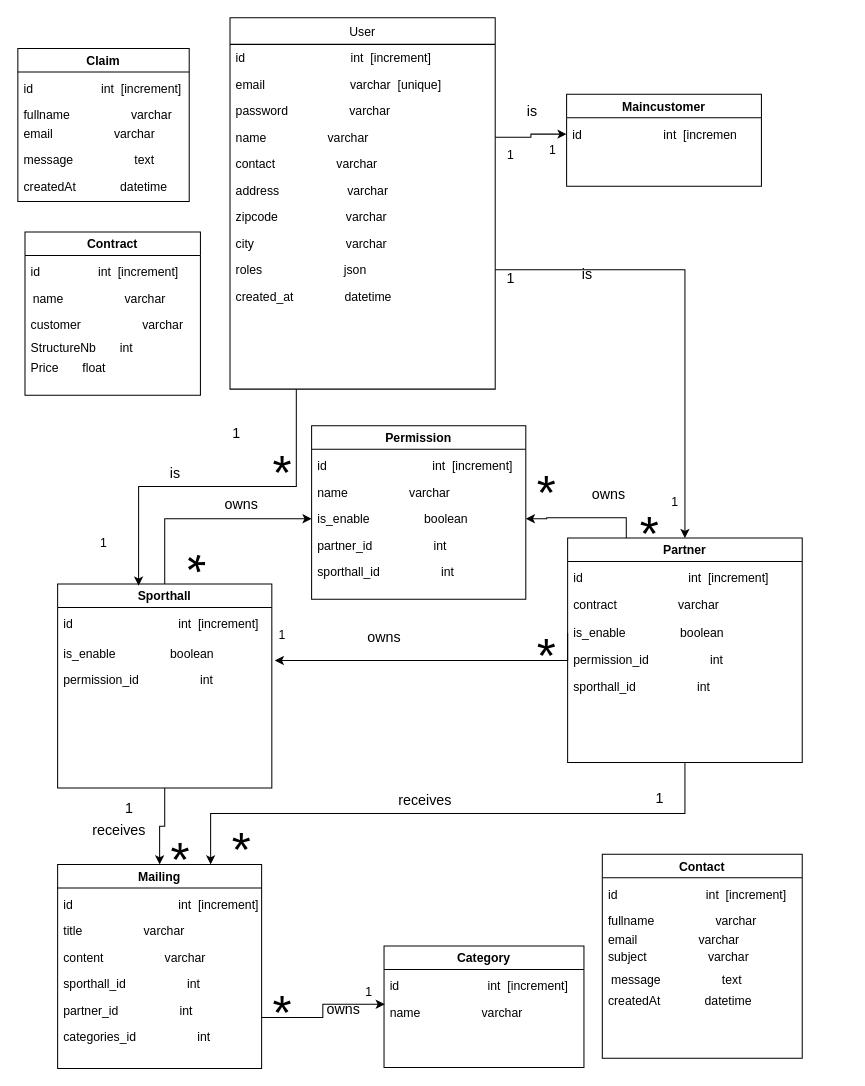
This is diagramme_uml/classes.drawio from cyrisa02/PlanetBody, a draw.io file, before an edit. Source tidied: cells renumbered, new cells numbered last; positions are measured from the earlier drawing's top-left corner, leaving out a move shared by most shapes. Both pictures are drawn from the tidied source at 102%, with x=0, y=0 at pixel (17, 17).
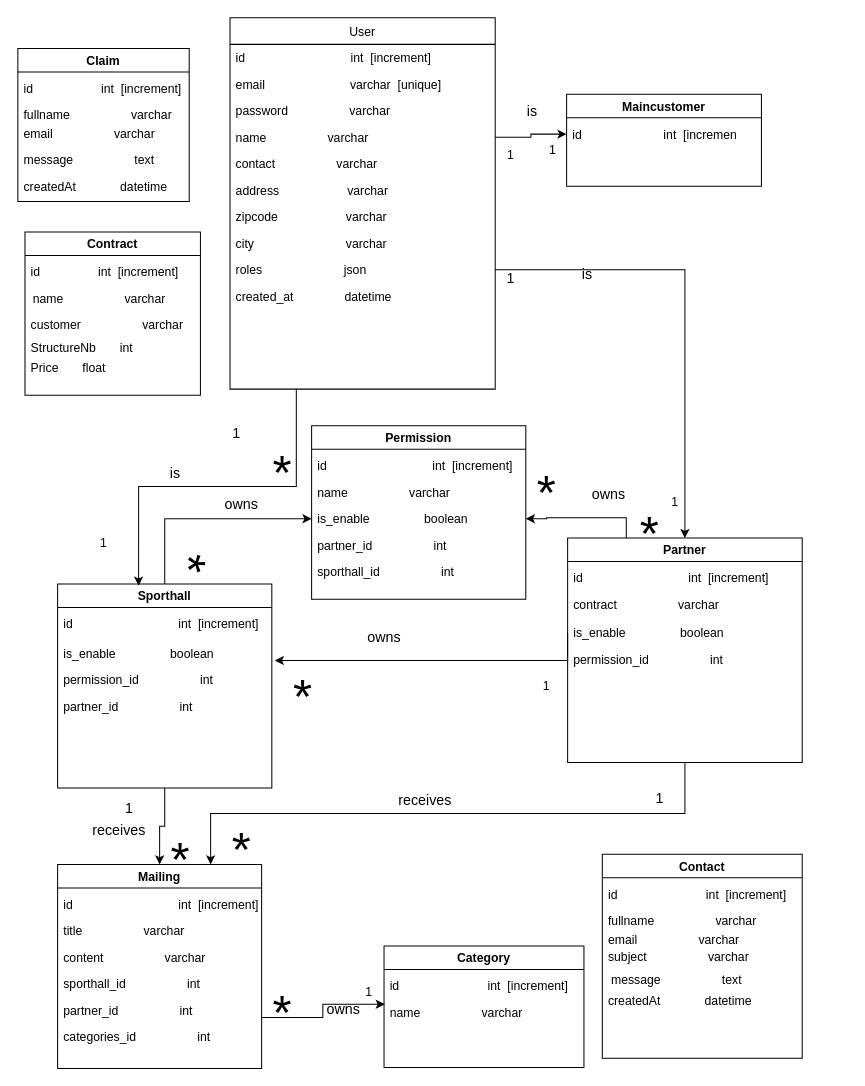
The same page after the edit.

Commit message:
Mettre à jour classes.drawio

Unchanged cells that the change refers to:
```xml
<mxCell id="17" value="Partner" style="swimlane;" parent="1" vertex="1">
  <mxGeometry x="539" y="510" width="230" height="220" as="geometry" />
</mxCell>
<mxCell id="31" value="Sporthall" style="swimlane;" parent="1" vertex="1">
  <mxGeometry x="39" y="555" width="210" height="200" as="geometry" />
</mxCell>
```

Change to the diagram source:
```diff
@@
-    <mxCell id="22" value="sporthall_id                  int" style="text;align=left;verticalAlign=top;spacingLeft=4;spacingRight=4;overflow=hidden;" parent="17" vertex="1">
-      <mxGeometry y="132" width="190" height="26" as="geometry" />
-    </mxCell>
@@
+    <mxCell id="22" value="partner_id                  int" style="text;align=left;verticalAlign=top;spacingLeft=4;spacingRight=4;overflow=hidden;" parent="31" vertex="1">
+      <mxGeometry y="107" width="190" height="26" as="geometry" />
+    </mxCell>
@@
     <mxCell id="74" value="&lt;font style=&quot;font-size: 48px;&quot;&gt;*&lt;/font&gt;" style="text;html=1;align=center;verticalAlign=middle;fillColor=none;strokeColor=none;rounded=0;" parent="1" vertex="1">
-      <mxGeometry x="498" y="590" width="40" height="70" as="geometry" />
+      <mxGeometry x="259" y="630" width="40" height="70" as="geometry" />
     </mxCell>
     <mxCell id="75" value="1" style="text;html=1;align=center;verticalAlign=middle;fillColor=none;strokeColor=none;rounded=0;" parent="1" vertex="1">
-      <mxGeometry x="244" y="590" width="30" height="30" as="geometry" />
+      <mxGeometry x="503" y="640" width="30" height="30" as="geometry" />
     </mxCell>
```
